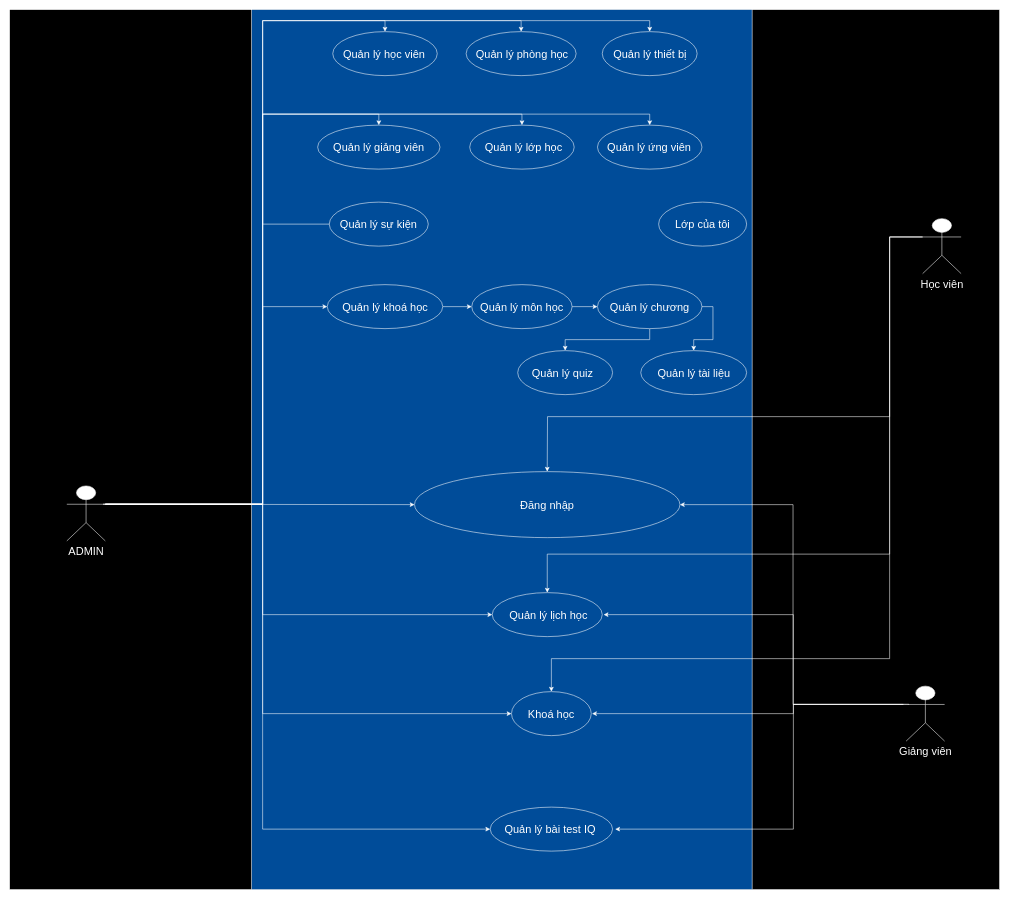
Earlier version of the draw.io diagram EDMS_User Manual/usercase edms.drawio (HuyThong94/Funix). Source tidied: cells renumbered, new cells numbered last; positions are measured from the earlier drawing's top-left corner, leaving out a move shared by most shapes. Both pictures are drawn from the tidied source at 55%, with x=0, y=0 at pixel (9, 9).
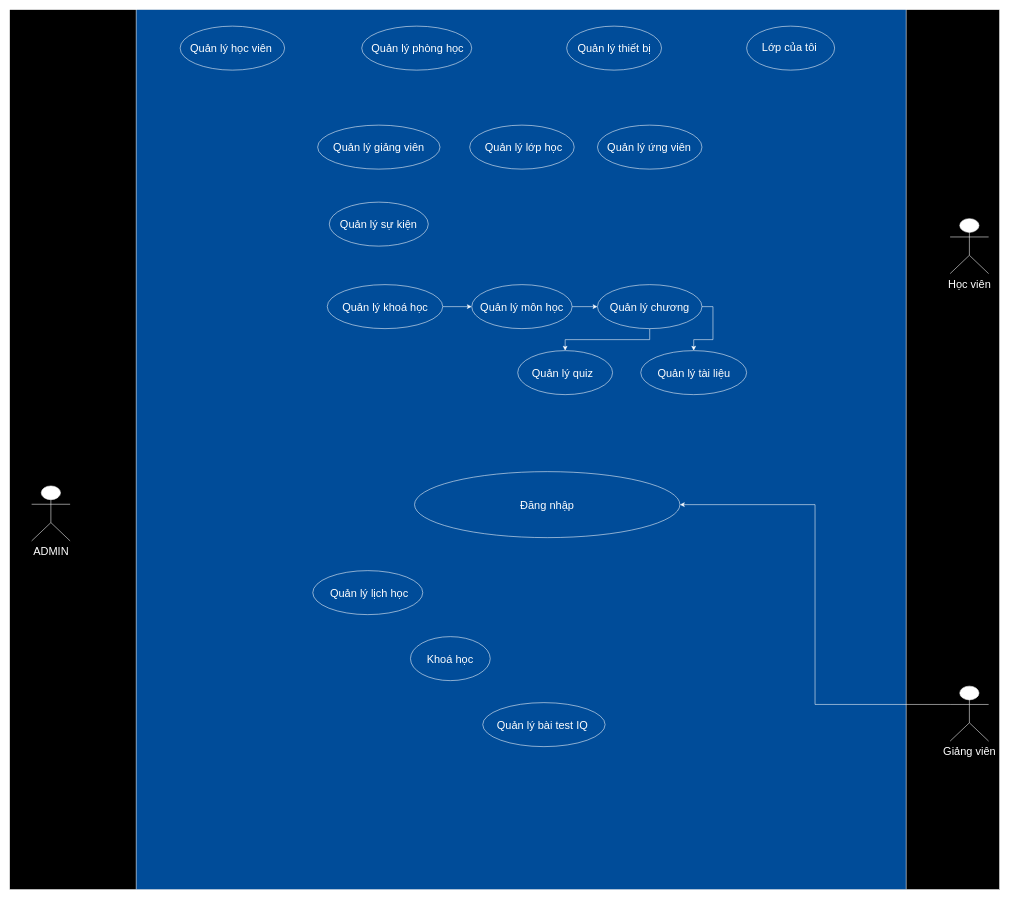
Above is the later version.

Unchanged cells that the change refers to:
```xml
<mxCell id="21" style="ellipse;whiteSpace=wrap;html=1;fillColor=#004C99;fontSize=20;strokeColor=#FFFFFF;labelBorderColor=none;" parent="1" vertex="1">
  <mxGeometry x="736.2" y="840" width="482.5" height="120" as="geometry" />
</mxCell>
<mxCell id="25" style="ellipse;whiteSpace=wrap;html=1;fillColor=#004C99;fontSize=20;strokeColor=#FFFFFF;labelBorderColor=none;" parent="1" vertex="1">
  <mxGeometry x="560" y="210" width="222.5" height="80" as="geometry" />
</mxCell>
<mxCell id="27" style="ellipse;whiteSpace=wrap;html=1;fillColor=#004C99;fontSize=20;strokeColor=#FFFFFF;labelBorderColor=none;" parent="1" vertex="1">
  <mxGeometry x="581.2" y="350" width="180" height="80" as="geometry" />
</mxCell>
<mxCell id="31" style="ellipse;whiteSpace=wrap;html=1;fillColor=#004C99;fontSize=20;strokeColor=#FFFFFF;labelBorderColor=none;" parent="1" vertex="1">
  <mxGeometry x="836.5" y="210" width="190" height="80" as="geometry" />
</mxCell>
<mxCell id="35" style="ellipse;whiteSpace=wrap;html=1;fillColor=#004C99;fontSize=20;strokeColor=#FFFFFF;labelBorderColor=none;" parent="1" vertex="1">
  <mxGeometry x="1068.8" y="210" width="190" height="80" as="geometry" />
</mxCell>
<mxCell id="38" style="ellipse;whiteSpace=wrap;html=1;fillColor=#004C99;fontSize=20;strokeColor=#FFFFFF;labelBorderColor=none;" parent="1" vertex="1">
  <mxGeometry x="577.5" y="500" width="210" height="80" as="geometry" />
</mxCell>
```

Change to the diagram source:
```diff
@@
     <mxCell id="3" style="rounded=0;whiteSpace=wrap;html=1;fillColor=#004C99;strokeColor=#FFFFFF;labelBorderColor=none;" parent="1" vertex="1">
-      <mxGeometry x="440" width="910" height="1600" as="geometry" />
+      <mxGeometry x="230" width="1400" height="1600" as="geometry" />
     </mxCell>
-    <mxCell id="4" style="edgeStyle=orthogonalEdgeStyle;rounded=0;jettySize=auto;html=1;exitX=1;exitY=0.3333333333333333;exitDx=0;exitDy=0;exitPerimeter=0;entryX=0.5;entryY=0;entryDx=0;entryDy=0;strokeColor=#FFFFFF;" parent="1" edge="1" source="15" target="33">
-      <mxGeometry relative="1" as="geometry">
-        <Array as="points">
-          <mxPoint x="460" y="900" />
-          <mxPoint x="460" y="20" />
-          <mxPoint x="1164" y="20" />
-        </Array>
-      </mxGeometry>
-    </mxCell>
-    <mxCell id="5" style="edgeStyle=orthogonalEdgeStyle;rounded=0;jettySize=auto;html=1;exitX=1;exitY=0.3333333333333333;exitDx=0;exitDy=0;exitPerimeter=0;entryX=0.5;entryY=0;entryDx=0;entryDy=0;strokeColor=#FFFFFF;" parent="1" edge="1" source="15" target="29">
-      <mxGeometry relative="1" as="geometry">
-        <Array as="points">
-          <mxPoint x="460" y="900" />
-          <mxPoint x="460" y="20" />
-          <mxPoint x="930" y="20" />
-        </Array>
-      </mxGeometry>
-    </mxCell>
-    <mxCell id="6" style="edgeStyle=orthogonalEdgeStyle;rounded=0;jettySize=auto;html=1;exitX=1;exitY=0.3333333333333333;exitDx=0;exitDy=0;exitPerimeter=0;entryX=0.5;entryY=0;entryDx=0;entryDy=0;strokeColor=#FFFFFF;" parent="1" edge="1" source="15" target="23">
-      <mxGeometry relative="1" as="geometry">
-        <Array as="points">
-          <mxPoint x="460" y="900" />
-          <mxPoint x="460" y="20" />
-          <mxPoint x="682" y="20" />
-        </Array>
-      </mxGeometry>
-    </mxCell>
-    <mxCell id="7" style="edgeStyle=orthogonalEdgeStyle;rounded=0;jettySize=auto;html=1;exitX=1;exitY=0.3333333333333333;exitDx=0;exitDy=0;exitPerimeter=0;entryX=0.5;entryY=0;entryDx=0;entryDy=0;strokeColor=#FFFFFF;" parent="1" edge="1" source="15" target="35">
-      <mxGeometry relative="1" as="geometry">
-        <Array as="points">
-          <mxPoint x="460" y="900" />
-          <mxPoint x="460" y="190" />
-          <mxPoint x="1164" y="190" />
-        </Array>
-      </mxGeometry>
-    </mxCell>
-    <mxCell id="8" style="edgeStyle=orthogonalEdgeStyle;rounded=0;jettySize=auto;html=1;exitX=1;exitY=0.3333333333333333;exitDx=0;exitDy=0;exitPerimeter=0;entryX=0.5;entryY=0;entryDx=0;entryDy=0;strokeColor=#FFFFFF;" parent="1" edge="1" source="15" target="31">
-      <mxGeometry relative="1" as="geometry">
-        <Array as="points">
-          <mxPoint x="460" y="900" />
-          <mxPoint x="460" y="190" />
-          <mxPoint x="932" y="190" />
-        </Array>
-      </mxGeometry>
-    </mxCell>
-    <mxCell id="9" style="edgeStyle=orthogonalEdgeStyle;rounded=0;jettySize=auto;html=1;exitX=0;exitY=0.5;exitDx=0;exitDy=0;entryX=0.5;entryY=0;entryDx=0;entryDy=0;strokeColor=#FFFFFF;" parent="1" edge="1" source="27" target="25">
-      <mxGeometry relative="1" as="geometry">
-        <Array as="points">
-          <mxPoint x="460" y="390" />
-          <mxPoint x="460" y="190" />
-          <mxPoint x="671" y="190" />
-        </Array>
-      </mxGeometry>
-    </mxCell>
-    <mxCell id="10" style="edgeStyle=orthogonalEdgeStyle;rounded=0;jettySize=auto;html=1;exitX=1;exitY=0.3333333333333333;exitDx=0;exitDy=0;exitPerimeter=0;entryX=0;entryY=0.5;entryDx=0;entryDy=0;strokeColor=#FFFFFF;" parent="1" edge="1" source="15" target="38">
-      <mxGeometry relative="1" as="geometry">
-        <Array as="points">
-          <mxPoint x="460" y="900" />
-          <mxPoint x="460" y="540" />
-        </Array>
-      </mxGeometry>
-    </mxCell>
-    <mxCell id="11" style="edgeStyle=orthogonalEdgeStyle;rounded=0;jettySize=auto;html=1;exitX=1;exitY=0.3333333333333333;exitDx=0;exitDy=0;exitPerimeter=0;entryX=0;entryY=0.5;entryDx=0;entryDy=0;strokeColor=#FFFFFF;" parent="1" edge="1" source="15" target="21">
-      <mxGeometry relative="1" as="geometry">
-        <Array as="points">
-          <mxPoint x="170" y="900" />
-        </Array>
-      </mxGeometry>
-    </mxCell>
-    <mxCell id="12" style="edgeStyle=orthogonalEdgeStyle;rounded=0;jettySize=auto;html=1;exitX=1;exitY=0.3333333333333333;exitDx=0;exitDy=0;exitPerimeter=0;entryX=0;entryY=0.5;entryDx=0;entryDy=0;strokeColor=#FFFFFF;" parent="1" edge="1" source="15" target="53">
-      <mxGeometry relative="1" as="geometry">
-        <Array as="points">
-          <mxPoint x="460" y="899" />
-          <mxPoint x="460" y="1100" />
-        </Array>
-      </mxGeometry>
-    </mxCell>
-    <mxCell id="13" style="edgeStyle=orthogonalEdgeStyle;rounded=0;jettySize=auto;html=1;exitX=1;exitY=0.3333333333333333;exitDx=0;exitDy=0;exitPerimeter=0;entryX=0;entryY=0.5;entryDx=0;entryDy=0;strokeColor=#FFFFFF;" parent="1" edge="1" source="15" target="55">
-      <mxGeometry relative="1" as="geometry">
-        <Array as="points">
-          <mxPoint x="460" y="899" />
-          <mxPoint x="460" y="1280" />
-        </Array>
-      </mxGeometry>
-    </mxCell>
-    <mxCell id="14" style="edgeStyle=orthogonalEdgeStyle;rounded=0;jettySize=auto;html=1;exitX=1;exitY=0.3333333333333333;exitDx=0;exitDy=0;exitPerimeter=0;entryX=0;entryY=0.5;entryDx=0;entryDy=0;strokeColor=#FFFFFF;" parent="1" edge="1" source="15" target="51">
-      <mxGeometry relative="1" as="geometry">
-        <Array as="points">
-          <mxPoint x="460" y="899" />
-          <mxPoint x="460" y="1490" />
-        </Array>
-      </mxGeometry>
-    </mxCell>
     <mxCell id="15" value="ADMIN" style="shape=umlActor;verticalLabelPosition=bottom;verticalAlign=top;html=1;outlineConnect=0;fontSize=20;strokeColor=#FFFFFF;labelBorderColor=none;fontColor=#FFFFFF;" parent="1" vertex="1">
-      <mxGeometry x="104" y="866" width="70" height="100" as="geometry" />
+      <mxGeometry x="40" y="866" width="70" height="100" as="geometry" />
     </mxCell>
@@
-    <mxCell id="17" style="edgeStyle=orthogonalEdgeStyle;rounded=0;orthogonalLoop=1;jettySize=auto;html=1;exitX=0;exitY=0.3333333333333333;exitDx=0;exitDy=0;exitPerimeter=0;strokeColor=#FFFFFF;" parent="1" edge="1">
-      <mxGeometry relative="1" as="geometry">
-        <mxPoint x="1625" y="1263.3" as="sourcePoint" />
-        <mxPoint x="1080" y="1100" as="targetPoint" />
-        <Array as="points">
-          <mxPoint x="1425" y="1263" />
-          <mxPoint x="1425" y="1100" />
-        </Array>
-      </mxGeometry>
-    </mxCell>
-    <mxCell id="18" style="edgeStyle=orthogonalEdgeStyle;rounded=0;orthogonalLoop=1;jettySize=auto;html=1;exitX=0;exitY=0.3333333333333333;exitDx=0;exitDy=0;exitPerimeter=0;strokeColor=#FFFFFF;" parent="1" edge="1">
-      <mxGeometry relative="1" as="geometry">
-        <mxPoint x="1625" y="1263.3" as="sourcePoint" />
-        <mxPoint x="1059" y="1280" as="targetPoint" />
-        <Array as="points">
-          <mxPoint x="1425" y="1263" />
-          <mxPoint x="1425" y="1280" />
-        </Array>
-      </mxGeometry>
-    </mxCell>
-    <mxCell id="19" style="edgeStyle=orthogonalEdgeStyle;rounded=0;orthogonalLoop=1;jettySize=auto;html=1;exitX=0;exitY=0.3333333333333333;exitDx=0;exitDy=0;exitPerimeter=0;strokeColor=#FFFFFF;" parent="1" edge="1">
-      <mxGeometry relative="1" as="geometry">
-        <mxPoint x="1635" y="1264.3" as="sourcePoint" />
-        <mxPoint x="1101" y="1490" as="targetPoint" />
-        <Array as="points">
-          <mxPoint x="1425" y="1263" />
-          <mxPoint x="1425" y="1490" />
-        </Array>
-      </mxGeometry>
-    </mxCell>
     <mxCell id="20" value="Giảng viên" style="shape=umlActor;verticalLabelPosition=bottom;verticalAlign=top;html=1;outlineConnect=0;fontSize=20;strokeColor=#FFFFFF;labelBorderColor=none;fontColor=#FFFFFF;" parent="1" vertex="1">
-      <mxGeometry x="1630" y="1230" width="70" height="100" as="geometry" />
+      <mxGeometry x="1710" y="1230" width="70" height="100" as="geometry" />
     </mxCell>
@@
     <mxCell id="23" style="ellipse;whiteSpace=wrap;html=1;fillColor=#004C99;fontSize=20;strokeColor=#FFFFFF;labelBorderColor=none;" parent="1" vertex="1">
-      <mxGeometry x="587.5" y="40" width="190" height="80" as="geometry" />
+      <mxGeometry x="310" y="30" width="190" height="80" as="geometry" />
     </mxCell>
     <mxCell id="24" value="&lt;font color=&quot;#ffffff&quot; style=&quot;font-size: 20px;&quot;&gt;Quản lý học viên&lt;/font&gt;" style="text;html=1;strokeColor=none;fillColor=none;align=center;verticalAlign=middle;whiteSpace=wrap;rounded=0;fontSize=20;labelBorderColor=none;" parent="1" vertex="1">
-      <mxGeometry x="600.5" y="60" width="160" height="40" as="geometry" />
+      <mxGeometry x="323" y="50" width="160" height="40" as="geometry" />
     </mxCell>
@@
     <mxCell id="29" style="ellipse;whiteSpace=wrap;html=1;fillColor=#004C99;fontSize=20;strokeColor=#FFFFFF;labelBorderColor=none;" parent="1" vertex="1">
-      <mxGeometry x="830" y="40" width="200" height="80" as="geometry" />
+      <mxGeometry x="640.2" y="30" width="200" height="80" as="geometry" />
     </mxCell>
     <mxCell id="30" value="&lt;font color=&quot;#ffffff&quot; style=&quot;font-size: 20px;&quot;&gt;Quản lý phòng học&lt;/font&gt;" style="text;html=1;strokeColor=none;fillColor=none;align=center;verticalAlign=middle;whiteSpace=wrap;rounded=0;fontSize=20;labelBorderColor=none;" parent="1" vertex="1">
-      <mxGeometry x="846.5" y="60" width="170" height="40" as="geometry" />
+      <mxGeometry x="656.8" y="50" width="170" height="40" as="geometry" />
     </mxCell>
@@
     <mxCell id="33" style="ellipse;whiteSpace=wrap;html=1;fillColor=#004C99;fontSize=20;strokeColor=#FFFFFF;labelBorderColor=none;" parent="1" vertex="1">
-      <mxGeometry x="1077.5" y="40" width="172.5" height="80" as="geometry" />
+      <mxGeometry x="1012.8" y="30" width="172.5" height="80" as="geometry" />
     </mxCell>
     <mxCell id="34" value="&lt;font color=&quot;#ffffff&quot; style=&quot;font-size: 20px;&quot;&gt;Quản lý thiết bị&lt;/font&gt;" style="text;html=1;strokeColor=none;fillColor=none;align=center;verticalAlign=middle;whiteSpace=wrap;rounded=0;fontSize=20;labelBorderColor=none;" parent="1" vertex="1">
-      <mxGeometry x="1087.5" y="60" width="152.5" height="40" as="geometry" />
+      <mxGeometry x="1022.8" y="50" width="152.5" height="40" as="geometry" />
     </mxCell>
@@
     <mxCell id="51" style="ellipse;whiteSpace=wrap;html=1;fillColor=#004C99;fontSize=20;strokeColor=#FFFFFF;labelBorderColor=none;" parent="1" vertex="1">
-      <mxGeometry x="873.8" y="1450" width="222.5" height="80" as="geometry" />
+      <mxGeometry x="860.2" y="1260" width="222.5" height="80" as="geometry" />
     </mxCell>
     <mxCell id="52" value="&lt;font color=&quot;#ffffff&quot; style=&quot;font-size: 20px;&quot;&gt;Quản lý bài test IQ&lt;/font&gt;" style="text;html=1;strokeColor=none;fillColor=none;align=center;verticalAlign=middle;whiteSpace=wrap;rounded=0;fontSize=20;labelBorderColor=none;" parent="1" vertex="1">
-      <mxGeometry x="892.8" y="1470" width="179.5" height="40" as="geometry" />
+      <mxGeometry x="879.2" y="1280" width="179.5" height="40" as="geometry" />
     </mxCell>
     <mxCell id="53" style="ellipse;whiteSpace=wrap;html=1;fillColor=#004C99;fontSize=20;strokeColor=#FFFFFF;labelBorderColor=none;" parent="1" vertex="1">
-      <mxGeometry x="877.5" y="1060" width="200" height="80" as="geometry" />
+      <mxGeometry x="551.2" y="1020" width="200" height="80" as="geometry" />
     </mxCell>
     <mxCell id="54" value="&lt;font color=&quot;#ffffff&quot; style=&quot;font-size: 20px;&quot;&gt;Quản lý lịch học&lt;/font&gt;" style="text;html=1;strokeColor=none;fillColor=none;align=center;verticalAlign=middle;whiteSpace=wrap;rounded=0;fontSize=20;labelBorderColor=none;" parent="1" vertex="1">
-      <mxGeometry x="905" y="1080" width="150" height="40" as="geometry" />
+      <mxGeometry x="578.8" y="1040" width="150" height="40" as="geometry" />
     </mxCell>
     <mxCell id="55" style="ellipse;whiteSpace=wrap;html=1;fillColor=#004C99;fontSize=20;strokeColor=#FFFFFF;labelBorderColor=none;" parent="1" vertex="1">
-      <mxGeometry x="912.5" y="1240" width="145" height="80" as="geometry" />
+      <mxGeometry x="728.8" y="1140" width="145" height="80" as="geometry" />
     </mxCell>
     <mxCell id="56" value="&lt;font color=&quot;#ffffff&quot; style=&quot;font-size: 20px;&quot;&gt;Khoá học&lt;/font&gt;" style="text;html=1;strokeColor=none;fillColor=none;align=center;verticalAlign=middle;whiteSpace=wrap;rounded=0;fontSize=20;labelBorderColor=none;" parent="1" vertex="1">
-      <mxGeometry x="930" y="1260" width="110" height="40" as="geometry" />
+      <mxGeometry x="746.2" y="1160" width="110" height="40" as="geometry" />
     </mxCell>
     <mxCell id="57" style="ellipse;whiteSpace=wrap;html=1;fillColor=#004C99;fontSize=20;strokeColor=#FFFFFF;labelBorderColor=none;" parent="1" vertex="1">
-      <mxGeometry x="1180" y="350" width="160" height="80" as="geometry" />
+      <mxGeometry x="1340" y="30" width="160" height="80" as="geometry" />
     </mxCell>
     <mxCell id="58" value="Lớp của tôi" style="text;strokeColor=none;fillColor=none;align=center;verticalAlign=middle;rounded=0;fontSize=20;labelBorderColor=none;whiteSpace=wrap;html=1;fontColor=#FFFFFF;" parent="1" vertex="1">
-      <mxGeometry x="1190" y="370" width="140" height="40" as="geometry" />
+      <mxGeometry x="1348" y="47" width="140" height="40" as="geometry" />
     </mxCell>
-    <mxCell id="59" style="edgeStyle=orthogonalEdgeStyle;rounded=0;jettySize=auto;html=1;exitX=0;exitY=0.3333333333333333;exitDx=0;exitDy=0;exitPerimeter=0;strokeColor=#FFFFFF;" parent="1" edge="1" source="62" target="21">
-      <mxGeometry relative="1" as="geometry">
-        <Array as="points">
-          <mxPoint x="1600" y="740" />
-          <mxPoint x="978" y="740" />
-        </Array>
-      </mxGeometry>
-    </mxCell>
-    <mxCell id="60" style="edgeStyle=orthogonalEdgeStyle;rounded=0;jettySize=auto;html=1;exitX=0;exitY=0.3333333333333333;exitDx=0;exitDy=0;exitPerimeter=0;entryX=0.5;entryY=0;entryDx=0;entryDy=0;strokeColor=#FFFFFF;" parent="1" edge="1" source="62" target="53">
-      <mxGeometry relative="1" as="geometry">
-        <Array as="points">
-          <mxPoint x="1600" y="413" />
-          <mxPoint x="1600" y="990" />
-          <mxPoint x="978" y="990" />
-        </Array>
-      </mxGeometry>
-    </mxCell>
-    <mxCell id="61" style="edgeStyle=orthogonalEdgeStyle;rounded=0;jettySize=auto;html=1;exitX=0;exitY=0.3333333333333333;exitDx=0;exitDy=0;exitPerimeter=0;entryX=0.5;entryY=0;entryDx=0;entryDy=0;strokeColor=#FFFFFF;" parent="1" edge="1" source="62" target="55">
-      <mxGeometry relative="1" as="geometry">
-        <Array as="points">
-          <mxPoint x="1600" y="413" />
-          <mxPoint x="1600" y="1180" />
-          <mxPoint x="985" y="1180" />
-        </Array>
-      </mxGeometry>
-    </mxCell>
     <mxCell id="62" value="Học viên" style="shape=umlActor;verticalLabelPosition=bottom;verticalAlign=top;html=1;outlineConnect=0;fontSize=20;strokeColor=#FFFFFF;labelBorderColor=none;fontColor=#FFFFFF;" parent="1" vertex="1">
-      <mxGeometry x="1660" y="380" width="70" height="100" as="geometry" />
+      <mxGeometry x="1710" y="380" width="70" height="100" as="geometry" />
     </mxCell>
```
